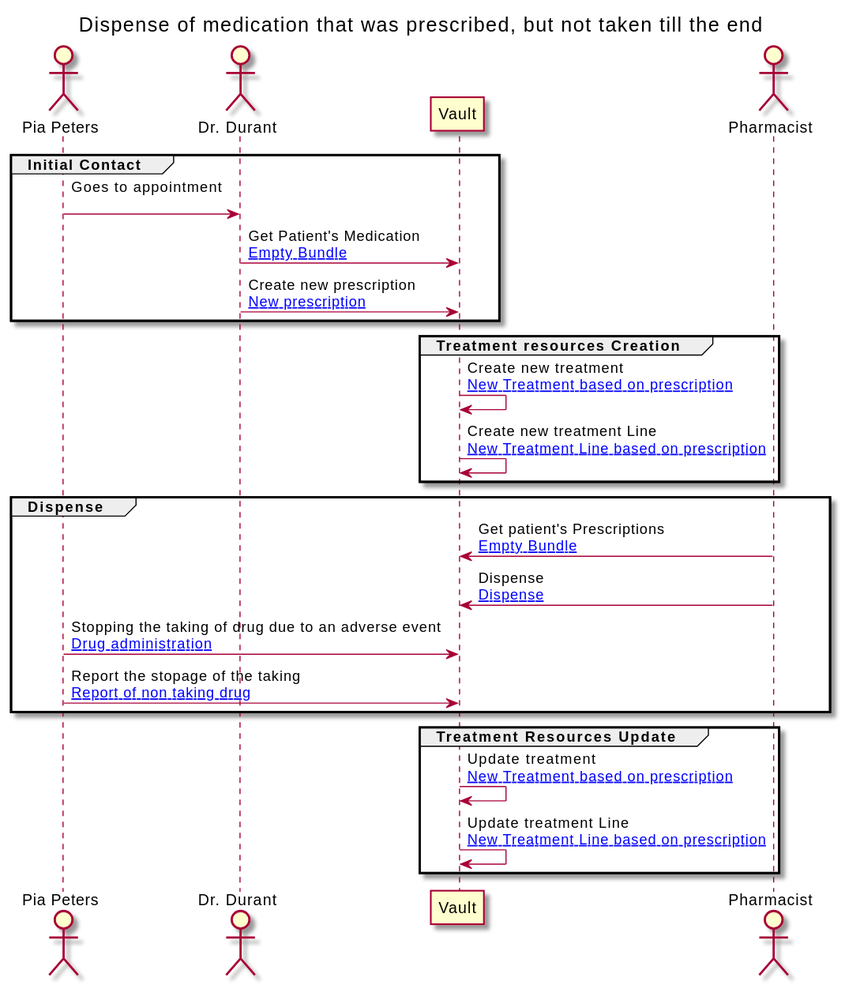
The PlantUML diagram branches/master/ExampleScenario-example-8-scenario.svg in jcostateixeira/riziv-medication-record, before a commit.
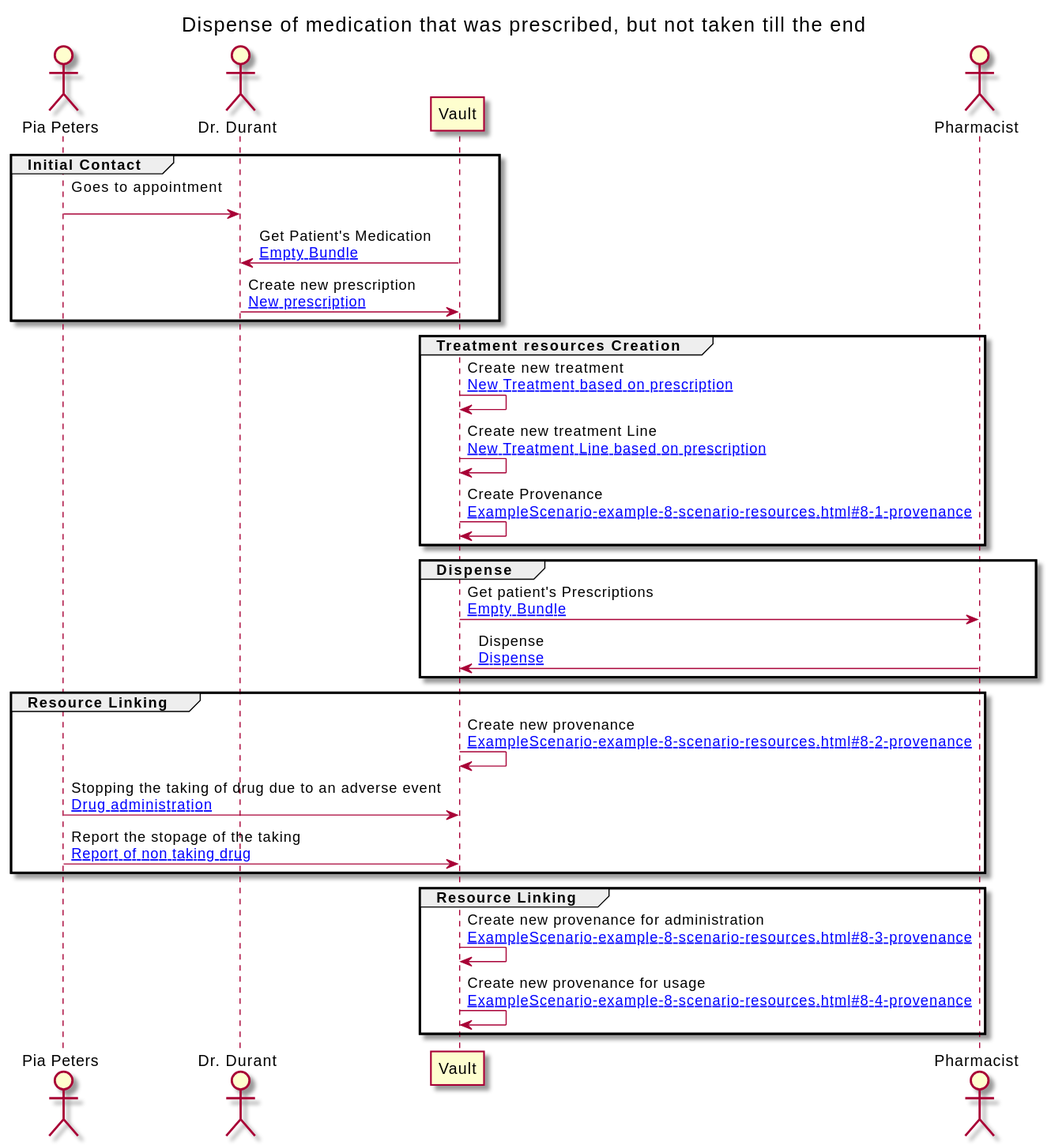
Above is the later version.

What changed in the source:
```diff
@@ -16,7 +16,7 @@
 group Initial Contact
 
 PATIENT -> GP : Goes to appointment\n
-GP -> VAULT : Get Patient's Medication\n[[ExampleScenario-example-8-scenario-resources.html#EB Empty Bundle]]
+VAULT -> GP : Get Patient's Medication\n[[ExampleScenario-example-8-scenario-resources.html#EB Empty Bundle]]
 GP -> VAULT : Create new prescription\n[[ExampleScenario-example-8-scenario-resources.html#8-prescription New prescription]]
 end
 
@@ -24,20 +24,26 @@
 
 VAULT -> VAULT : Create new treatment\n[[ExampleScenario-example-8-scenario-resources.html#8-treatment New Treatment based on prescription]]
 VAULT -> VAULT : Create new treatment Line\n[[ExampleScenario-example-8-scenario-resources.html#8-treatmentLine New Treatment Line based on prescription]]
+VAULT -> VAULT : Create Provenance\n[[ExampleScenario-example-8-scenario-resources.html#8-1-provenance ]]
 end
 
 group Dispense
 
-PHARM -> VAULT : Get patient's Prescriptions\n[[ExampleScenario-example-8-scenario-resources.html#EB Empty Bundle]]
+VAULT -> PHARM : Get patient's Prescriptions\n[[ExampleScenario-example-8-scenario-resources.html#EB Empty Bundle]]
 PHARM -> VAULT : Dispense\n[[ExampleScenario-example-8-scenario-resources.html#8-dispense Dispense]]
+end
+
+group Resource Linking
+
+VAULT -> VAULT : Create new provenance\n[[ExampleScenario-example-8-scenario-resources.html#8-2-provenance ]]
 PATIENT -> VAULT : Stopping the taking of drug due to an adverse event\n[[ExampleScenario-example-8-scenario-resources.html#8-administration Drug administration]]
 PATIENT -> VAULT : Report the stopage of the taking\n[[ExampleScenario-example-8-scenario-resources.html#8-usage Report of non taking drug]]
 end
 
-group Treatment Resources Update
+group Resource Linking
 
-VAULT -> VAULT : Update treatment\n[[ExampleScenario-example-8-scenario-resources.html#8-treatment New Treatment based on prescription]]
-VAULT -> VAULT : Update treatment Line\n[[ExampleScenario-example-8-scenario-resources.html#8-treatmentLine New Treatment Line based on prescription]]
+VAULT -> VAULT : Create new provenance for administration\n[[ExampleScenario-example-8-scenario-resources.html#8-3-provenance ]]
+VAULT -> VAULT : Create new provenance for usage\n[[ExampleScenario-example-8-scenario-resources.html#8-4-provenance ]]
 end
 
 
```
